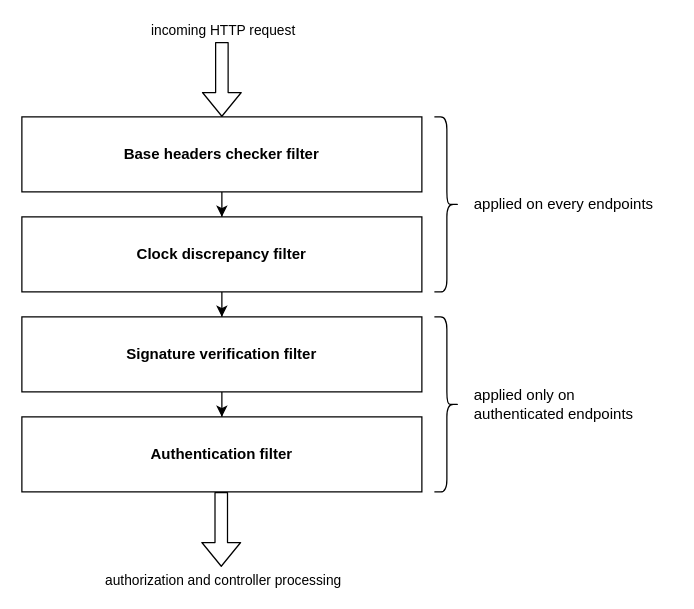
Before: src/figures/request-filters.drawio in luczsoma/msc-thesis, a draw.io diagram. Source tidied: cells renumbered, new cells numbered last; positions are measured from the earlier drawing's top-left corner, leaving out a move shared by most shapes. Both pictures are drawn from the tidied source at 125%, with x=0, y=0 at pixel (21, 41).
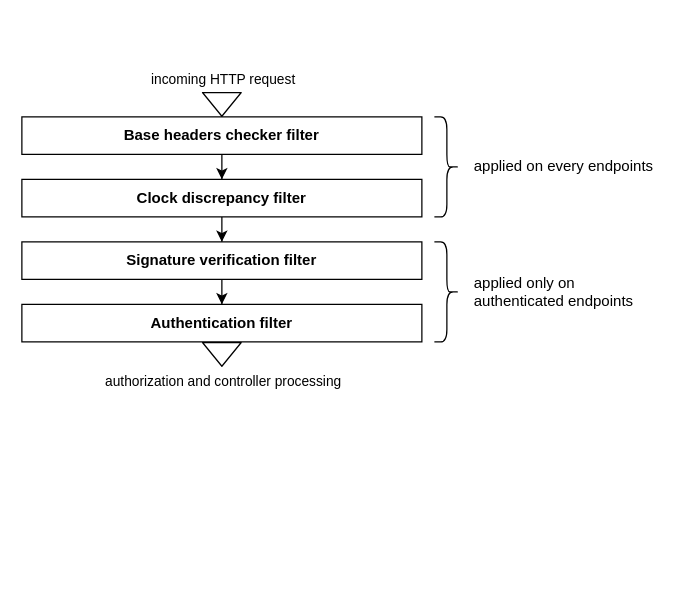
The same diagram, later.

Change to the diagram source:
```diff
@@
 <mxGraphModel>
   <root>
     <mxCell id="0" />
     <mxCell id="1" parent="0" />
     <mxCell id="2" style="edgeStyle=orthogonalEdgeStyle;rounded=0;jettySize=auto;html=1;" parent="1" edge="1" source="3" target="5">
       <mxGeometry relative="1" as="geometry" />
     </mxCell>
     <mxCell id="3" value="&lt;b&gt;Base headers checker filter&lt;/b&gt;" style="rounded=0;whiteSpace=wrap;html=1;" parent="1" vertex="1">
-      <mxGeometry y="60" width="320" height="60" as="geometry" />
+      <mxGeometry y="60" width="320" height="30" as="geometry" />
     </mxCell>
     <mxCell id="4" style="edgeStyle=orthogonalEdgeStyle;rounded=0;jettySize=auto;html=1;" parent="1" edge="1" source="5" target="7">
       <mxGeometry relative="1" as="geometry" />
     </mxCell>
     <mxCell id="5" value="&lt;b&gt;Clock discrepancy filter&lt;/b&gt;" style="rounded=0;whiteSpace=wrap;html=1;" parent="1" vertex="1">
-      <mxGeometry y="140" width="320" height="60" as="geometry" />
+      <mxGeometry y="110" width="320" height="30" as="geometry" />
     </mxCell>
     <mxCell id="6" style="edgeStyle=orthogonalEdgeStyle;rounded=0;jettySize=auto;html=1;" parent="1" edge="1" source="7" target="8">
       <mxGeometry relative="1" as="geometry" />
     </mxCell>
     <mxCell id="7" value="&lt;b&gt;Signature verification filter&lt;/b&gt;" style="rounded=0;whiteSpace=wrap;html=1;" parent="1" vertex="1">
-      <mxGeometry y="220" width="320" height="60" as="geometry" />
+      <mxGeometry y="160" width="320" height="30" as="geometry" />
     </mxCell>
     <mxCell id="8" value="&lt;b&gt;Authentication filter&lt;/b&gt;" style="rounded=0;whiteSpace=wrap;html=1;" parent="1" vertex="1">
-      <mxGeometry y="300" width="320" height="60" as="geometry" />
+      <mxGeometry y="210" width="320" height="30" as="geometry" />
     </mxCell>
     <mxCell id="9" style="shape=flexArrow;endArrow=classic;html=1;entryX=0.5;entryY=0;entryDx=0;entryDy=0;" parent="1" edge="1" target="3">
       <mxGeometry relative="1" as="geometry">
-        <mxPoint x="160" as="sourcePoint" />
+        <mxPoint x="160" y="40" as="sourcePoint" />
       </mxGeometry>
     </mxCell>
     <mxCell id="10" value="incoming HTTP request" style="edgeLabel;html=1;align=center;verticalAlign=middle;" parent="9" vertex="1">
       <mxGeometry x="-0.6" y="1" relative="1" as="geometry">
-        <mxPoint x="-1" y="-22" as="offset" />
+        <mxPoint x="-1" y="-15" as="offset" />
       </mxGeometry>
     </mxCell>
     <mxCell id="11" style="shape=curlyBracket;whiteSpace=wrap;html=1;rounded=1;rotation=-180;" parent="1" vertex="1">
-      <mxGeometry x="330" y="60" width="20" height="140" as="geometry" />
+      <mxGeometry x="330" y="60" width="20" height="80" as="geometry" />
     </mxCell>
     <mxCell id="12" style="shape=curlyBracket;whiteSpace=wrap;html=1;rounded=1;rotation=-180;" parent="1" vertex="1">
-      <mxGeometry x="330" y="220" width="20" height="140" as="geometry" />
+      <mxGeometry x="330" y="160" width="20" height="80" as="geometry" />
     </mxCell>
     <mxCell id="13" value="applied on every endpoints" style="text;html=1;align=left;verticalAlign=middle;" parent="1" vertex="1">
-      <mxGeometry x="360" y="120" width="160" height="20" as="geometry" />
+      <mxGeometry x="360" y="90" width="160" height="20" as="geometry" />
     </mxCell>
     <mxCell id="14" value="applied only on&lt;br&gt;authenticated endpoints" style="text;html=1;align=left;verticalAlign=middle;" parent="1" vertex="1">
-      <mxGeometry x="360" y="275" width="140" height="30" as="geometry" />
+      <mxGeometry x="360" y="185" width="140" height="30" as="geometry" />
     </mxCell>
-    <mxCell id="15" style="shape=flexArrow;endArrow=classic;html=1;entryX=0.5;entryY=0;entryDx=0;entryDy=0;" parent="1" edge="1">
+    <mxCell id="15" style="shape=flexArrow;endArrow=classic;html=1;exitX=0.5;exitY=1;exitDx=0;exitDy=0;" parent="1" edge="1" source="8">
       <mxGeometry relative="1" as="geometry">
-        <mxPoint x="159.5" y="360" as="sourcePoint" />
-        <mxPoint x="159.5" y="420" as="targetPoint" />
+        <mxPoint x="160" y="260" as="targetPoint" />
       </mxGeometry>
     </mxCell>
     <mxCell id="16" value="authorization and controller processing" style="edgeLabel;html=1;align=center;verticalAlign=middle;" parent="15" vertex="1">
       <mxGeometry x="-0.6" y="1" relative="1" as="geometry">
-        <mxPoint x="-0.5" y="58" as="offset" />
+        <mxPoint x="-0.5" y="27" as="offset" />
       </mxGeometry>
     </mxCell>
   </root>
 </mxGraphModel>
```
